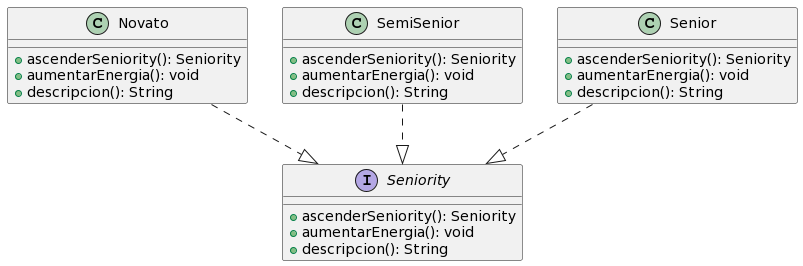
The PlantUML diagram diagrams/classes/DiagramasAlgoRoma/Seniority.png in CrissRMFI/TP2-AlgoIII, before a commit. Its diagram source:
```plantuml
@startuml
interface Seniority {
    + ascenderSeniority(): Seniority
    + aumentarEnergia(): void
    + descripcion(): String
}

class Novato {
     + ascenderSeniority(): Seniority
     + aumentarEnergia(): void
     + descripcion(): String
}
class SemiSenior{
    + ascenderSeniority(): Seniority
    + aumentarEnergia(): void
    + descripcion(): String
   }
class Senior {
     + ascenderSeniority(): Seniority
     + aumentarEnergia(): void
     + descripcion(): String
}

Novato ..|> Seniority
SemiSenior ..|> Seniority
Senior ..|> Seniority
@enduml
```
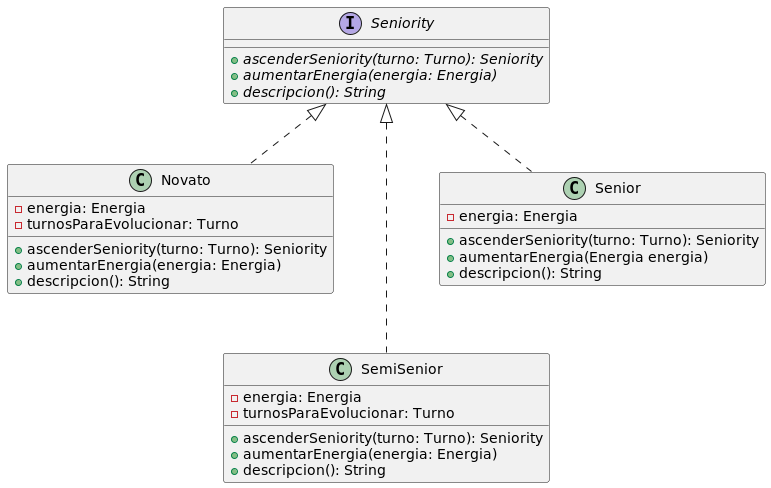
Later version of the same file.

The edit, as a diff of the source:
```diff
@@ -1,27 +1,36 @@
-@startuml
+@startuml Seniority
+
 interface Seniority {
-    + ascenderSeniority(): Seniority
-    + aumentarEnergia(): void
+    + {abstract}ascenderSeniority(turno: Turno): Seniority
+    + {abstract}aumentarEnergia(energia: Energia)
+    + {abstract}descripcion(): String
+}
+
+class Novato {
+    -energia: Energia
+    -turnosParaEvolucionar: Turno
+    + ascenderSeniority(turno: Turno): Seniority
+    + aumentarEnergia(energia: Energia)
     + descripcion(): String
 }
 
-class Novato {
-     + ascenderSeniority(): Seniority
-     + aumentarEnergia(): void
-     + descripcion(): String
-}
 class SemiSenior{
-    + ascenderSeniority(): Seniority
-    + aumentarEnergia(): void
+    -energia: Energia
+    -turnosParaEvolucionar: Turno
+    + ascenderSeniority(turno: Turno): Seniority
+    + aumentarEnergia(energia: Energia)
     + descripcion(): String
    }
+
 class Senior {
-     + ascenderSeniority(): Seniority
-     + aumentarEnergia(): void
-     + descripcion(): String
+    -energia: Energia
+    + ascenderSeniority(turno: Turno): Seniority
+    + aumentarEnergia(Energia energia)
+    + descripcion(): String
 }
 
-Novato ..|> Seniority
-SemiSenior ..|> Seniority
-Senior ..|> Seniority
+Seniority <|.. Novato
+Seniority <|... SemiSenior
+Seniority <|.. Senior
+
 @enduml
```
